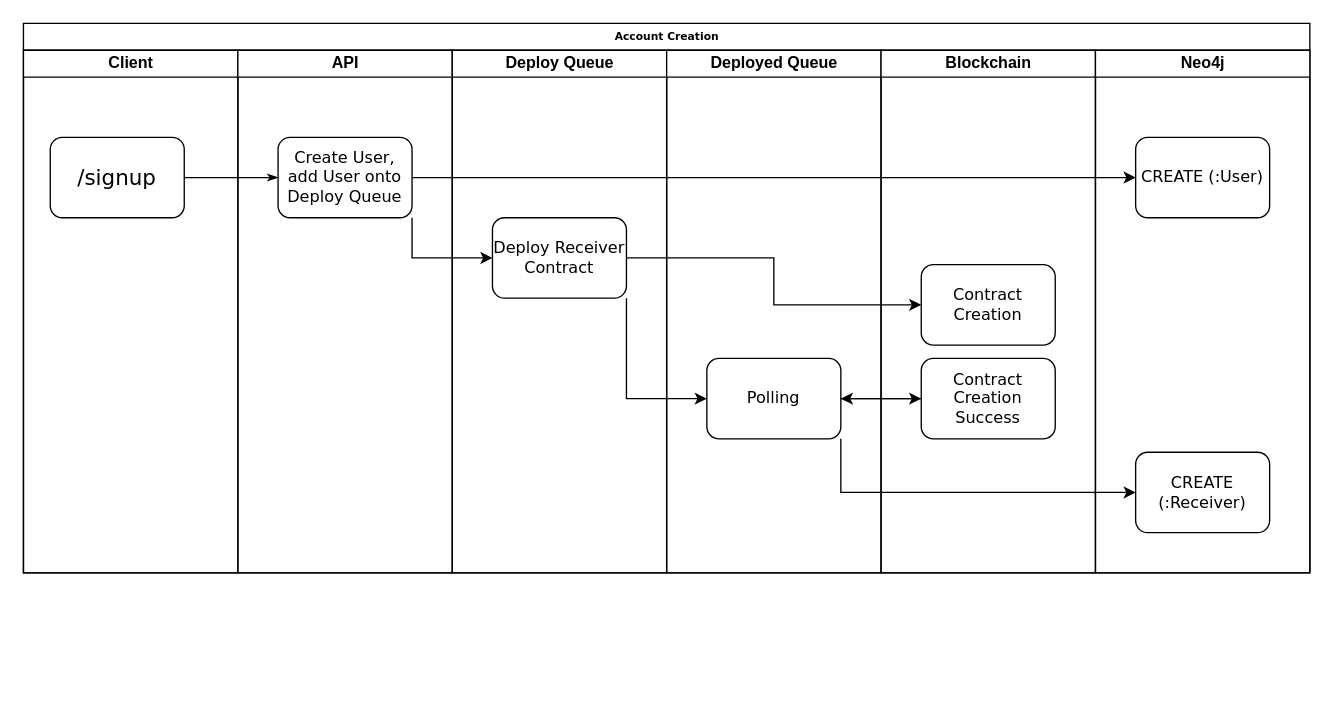
This is docs/diagrams/account-creation.drawio from danstarns/centralized-eth-erc20-payments, a draw.io file, before an edit. Source tidied: cells renumbered, new cells numbered last; positions are measured from the earlier drawing's top-left corner, leaving out a move shared by most shapes. Both pictures are drawn from the tidied source at 134%, with x=0, y=0 at pixel (23, 23).
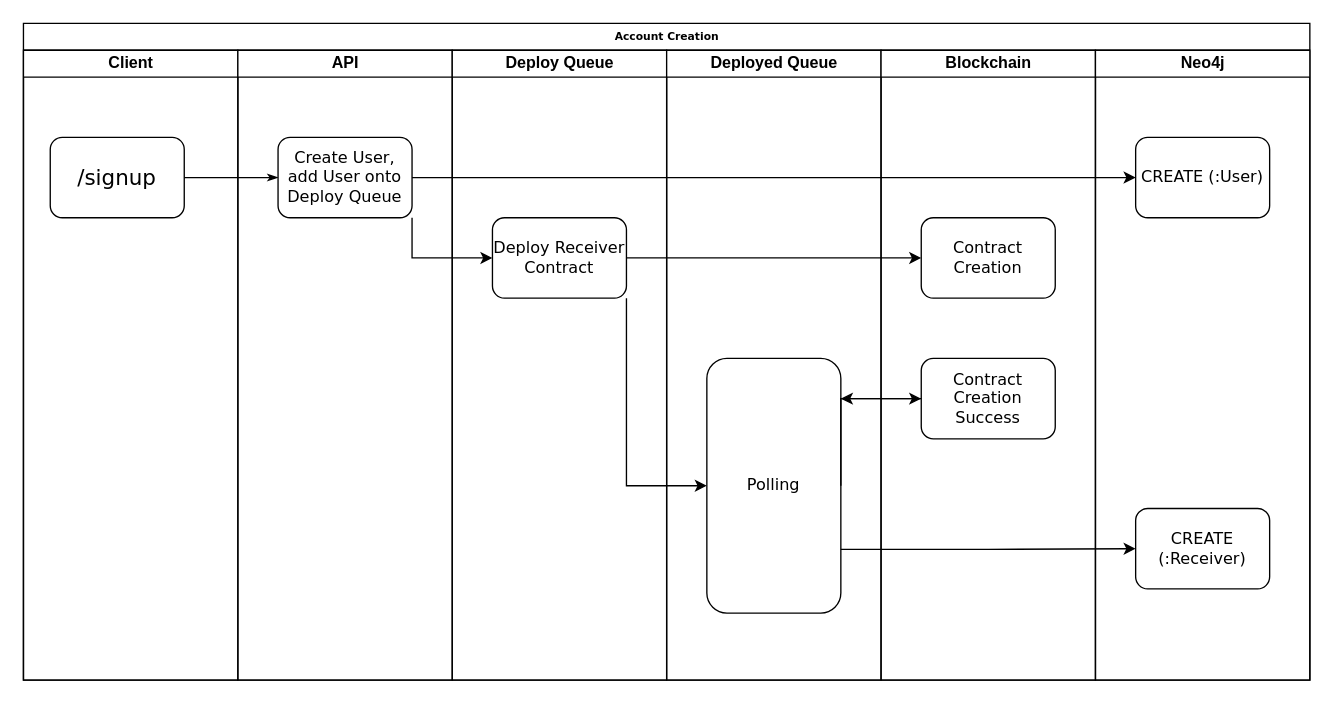
After the change.

The edit, as a diff of the source:
```diff
@@
     <mxCell id="2" value="Account Creation" style="swimlane;html=1;startSize=20;rounded=0;shadow=0;labelBackgroundColor=none;strokeWidth=1;fontFamily=Verdana;fontSize=8;align=center;" parent="1" vertex="1">
-      <mxGeometry width="960" height="410" as="geometry" />
+      <mxGeometry width="960" height="490" as="geometry" />
     </mxCell>
     <mxCell id="3" value="Client" style="swimlane;html=1;startSize=20;" parent="2" vertex="1">
-      <mxGeometry y="20" width="160" height="390" as="geometry" />
+      <mxGeometry y="20" width="160" height="470" as="geometry" />
     </mxCell>
@@
     <mxCell id="6" value="API" style="swimlane;html=1;startSize=20;" parent="2" vertex="1">
-      <mxGeometry x="160" y="20" width="160" height="390" as="geometry" />
+      <mxGeometry x="160" y="20" width="160" height="470" as="geometry" />
     </mxCell>
@@
     <mxCell id="8" value="Deploy Queue" style="swimlane;html=1;startSize=20;" parent="2" vertex="1">
-      <mxGeometry x="320" y="20" width="160" height="390" as="geometry" />
+      <mxGeometry x="320" y="20" width="160" height="470" as="geometry" />
     </mxCell>
@@
     <mxCell id="10" value="Deployed Queue" style="swimlane;html=1;startSize=20;" parent="2" vertex="1">
-      <mxGeometry x="480" y="20" width="160" height="390" as="geometry" />
+      <mxGeometry x="480" y="20" width="160" height="470" as="geometry" />
     </mxCell>
     <mxCell id="11" value="Polling" style="rounded=1;whiteSpace=wrap;html=1;shadow=0;labelBackgroundColor=none;strokeWidth=1;fontFamily=Verdana;fontSize=12;align=center;" parent="10" vertex="1">
-      <mxGeometry x="30" y="230" width="100" height="60" as="geometry" />
+      <mxGeometry x="30" y="230" width="100" height="190" as="geometry" />
     </mxCell>
     <mxCell id="12" value="Blockchain" style="swimlane;html=1;startSize=20;" parent="2" vertex="1">
-      <mxGeometry x="640" y="20" width="160" height="390" as="geometry" />
+      <mxGeometry x="640" y="20" width="160" height="470" as="geometry" />
     </mxCell>
     <mxCell id="13" value="&lt;font style=&quot;font-size: 12px&quot;&gt;Contract Creation&lt;/font&gt;" style="rounded=1;whiteSpace=wrap;html=1;shadow=0;labelBackgroundColor=none;strokeWidth=1;fontFamily=Verdana;fontSize=8;align=center;" parent="12" vertex="1">
-      <mxGeometry x="30" y="160" width="100" height="60" as="geometry" />
+      <mxGeometry x="30" y="125" width="100" height="60" as="geometry" />
     </mxCell>
@@
     <mxCell id="15" value="Neo4j" style="swimlane;html=1;startSize=20;" parent="2" vertex="1">
-      <mxGeometry x="800" y="20" width="160" height="390" as="geometry" />
+      <mxGeometry x="800" y="20" width="160" height="470" as="geometry" />
     </mxCell>
@@
     <mxCell id="17" value="CREATE (:Receiver)" style="rounded=1;whiteSpace=wrap;html=1;shadow=0;labelBackgroundColor=none;strokeWidth=1;fontFamily=Verdana;fontSize=12;align=center;" parent="15" vertex="1">
-      <mxGeometry x="30" y="300" width="100" height="60" as="geometry" />
+      <mxGeometry x="30" y="342" width="100" height="60" as="geometry" />
     </mxCell>
@@
-    <mxCell id="21" style="edgeStyle=orthogonalEdgeStyle;rounded=0;jettySize=auto;html=1;exitX=1;exitY=1;exitDx=0;exitDy=0;entryX=0;entryY=0.5;entryDx=0;entryDy=0;fontSize=12;" parent="2" edge="1" source="11" target="17">
-      <mxGeometry relative="1" as="geometry" />
-    </mxCell>
@@
+    <mxCell id="21" style="edgeStyle=orthogonalEdgeStyle;rounded=0;jettySize=auto;html=1;exitX=1;exitY=0.75;exitDx=0;exitDy=0;entryX=0;entryY=0.5;entryDx=0;entryDy=0;" parent="2" edge="1" source="11" target="17">
+      <mxGeometry relative="1" as="geometry" />
+    </mxCell>
```
